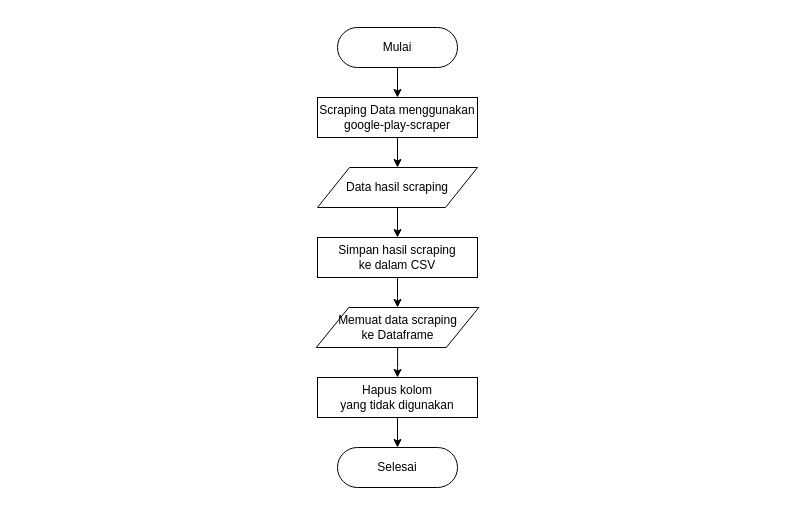
Above: page "Scraping" (2 of 9) of Untitled Diagram.drawio in mksyfla/analysis-sentiment-using-svm (draw.io), before the change. Source tidied: cells renumbered, new cells numbered last; positions are measured from the earlier drawing's top-left corner, leaving out a move shared by most shapes. Both pictures are drawn from the tidied source at 100%, with x=0, y=0 at pixel (316, 27).
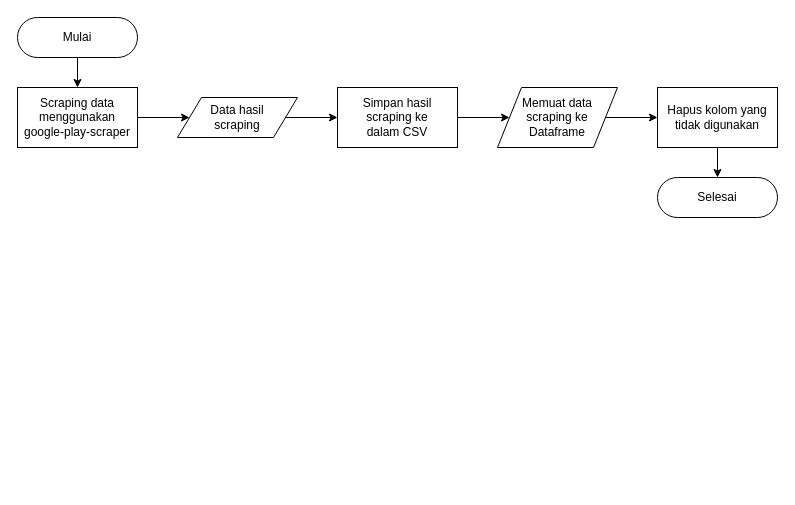
The same page after the edit.

Change to the diagram source:
```diff
@@
 <mxGraphModel>
   <root>
     <mxCell id="0" />
     <mxCell id="1" parent="0" />
-    <mxCell id="2" style="edgeStyle=orthogonalEdgeStyle;rounded=0;jettySize=auto;html=1;" parent="1" edge="1" source="3" target="5">
-      <mxGeometry relative="1" as="geometry" />
-    </mxCell>
+    <mxCell id="15" style="edgeStyle=orthogonalEdgeStyle;rounded=0;jettySize=auto;html=1;" parent="1" edge="1" source="3" target="17">
+      <mxGeometry relative="1" as="geometry" />
+    </mxCell>
     <mxCell id="3" value="Mulai" style="html=1;dashed=0;whiteSpace=wrap;shape=mxgraph.dfd.start;" parent="1" vertex="1">
-      <mxGeometry x="21" width="120" height="40" as="geometry" />
+      <mxGeometry x="-299" y="-10" width="120" height="40" as="geometry" />
     </mxCell>
-    <mxCell id="4" style="edgeStyle=orthogonalEdgeStyle;rounded=0;jettySize=auto;html=1;" parent="1" edge="1" source="5" target="12">
-      <mxGeometry relative="1" as="geometry" />
-    </mxCell>
-    <mxCell id="5" value="Scraping Data menggunakan google-play-scraper" style="html=1;dashed=0;whiteSpace=wrap;" parent="1" vertex="1">
-      <mxGeometry x="1" y="70" width="160" height="40" as="geometry" />
-    </mxCell>
+    <mxCell id="16" style="edgeStyle=orthogonalEdgeStyle;rounded=0;jettySize=auto;html=1;" parent="1" edge="1" source="17" target="12">
+      <mxGeometry relative="1" as="geometry" />
+    </mxCell>
+    <mxCell id="17" value="&lt;div&gt;Scraping data&lt;/div&gt;&lt;div&gt;menggunakan&lt;/div&gt;&lt;div&gt;google-play-scraper&lt;/div&gt;" style="html=1;dashed=0;whiteSpace=wrap;" parent="1" vertex="1">
+      <mxGeometry x="-299" y="60" width="120" height="60" as="geometry" />
+    </mxCell>
     <mxCell id="6" style="edgeStyle=orthogonalEdgeStyle;rounded=0;jettySize=auto;html=1;" parent="1" edge="1" source="7" target="8">
       <mxGeometry relative="1" as="geometry" />
     </mxCell>
-    <mxCell id="7" value="&lt;div&gt;Hapus kolom&lt;/div&gt;&lt;div&gt;yang tidak digunakan&lt;/div&gt;" style="html=1;dashed=0;whiteSpace=wrap;" parent="1" vertex="1">
-      <mxGeometry x="1" y="350" width="160" height="40" as="geometry" />
+    <mxCell id="7" value="&lt;div&gt;Hapus kolom&amp;nbsp;yang tidak digunakan&lt;/div&gt;" style="html=1;dashed=0;whiteSpace=wrap;" parent="1" vertex="1">
+      <mxGeometry x="341" y="60" width="120" height="60" as="geometry" />
     </mxCell>
     <mxCell id="8" value="Selesai" style="html=1;dashed=0;whiteSpace=wrap;shape=mxgraph.dfd.start;" parent="1" vertex="1">
-      <mxGeometry x="21" y="420" width="120" height="40" as="geometry" />
+      <mxGeometry x="341" y="150" width="120" height="40" as="geometry" />
     </mxCell>
     <mxCell id="9" style="edgeStyle=orthogonalEdgeStyle;rounded=0;jettySize=auto;html=1;" parent="1" edge="1" source="10" target="14">
       <mxGeometry relative="1" as="geometry" />
     </mxCell>
-    <mxCell id="10" value="&lt;div&gt;Simpan hasil scraping&lt;/div&gt;&lt;div&gt;ke dalam CSV&lt;/div&gt;" style="html=1;dashed=0;whiteSpace=wrap;" parent="1" vertex="1">
-      <mxGeometry x="1" y="210" width="160" height="40" as="geometry" />
+    <mxCell id="10" value="&lt;div&gt;Simpan hasil&lt;/div&gt;&lt;div&gt;scraping ke&lt;/div&gt;&lt;div&gt;dalam CSV&lt;/div&gt;" style="html=1;dashed=0;whiteSpace=wrap;" parent="1" vertex="1">
+      <mxGeometry x="21" y="60" width="120" height="60" as="geometry" />
     </mxCell>
     <mxCell id="11" style="edgeStyle=orthogonalEdgeStyle;rounded=0;jettySize=auto;html=1;" parent="1" edge="1" source="12" target="10">
       <mxGeometry relative="1" as="geometry" />
     </mxCell>
-    <mxCell id="12" value="Data hasil scraping" style="shape=parallelogram;perimeter=parallelogramPerimeter;whiteSpace=wrap;html=1;dashed=0;" parent="1" vertex="1">
-      <mxGeometry x="1" y="140" width="160" height="40" as="geometry" />
+    <mxCell id="12" value="&lt;div&gt;Data hasil&lt;/div&gt;&lt;div&gt;scraping&lt;/div&gt;" style="shape=parallelogram;perimeter=parallelogramPerimeter;whiteSpace=wrap;html=1;dashed=0;" parent="1" vertex="1">
+      <mxGeometry x="-139" y="70" width="120" height="40" as="geometry" />
     </mxCell>
     <mxCell id="13" style="edgeStyle=orthogonalEdgeStyle;rounded=0;jettySize=auto;html=1;" parent="1" edge="1" source="14" target="7">
       <mxGeometry relative="1" as="geometry" />
     </mxCell>
-    <mxCell id="14" value="&lt;div&gt;Memuat data scraping&lt;/div&gt;&lt;div&gt;ke Dataframe&lt;/div&gt;" style="shape=parallelogram;perimeter=parallelogramPerimeter;whiteSpace=wrap;html=1;dashed=0;" parent="1" vertex="1">
-      <mxGeometry x="-0.2" y="280" width="162.5" height="40" as="geometry" />
+    <mxCell id="14" value="&lt;div&gt;Memuat data&lt;/div&gt;&lt;div&gt;scraping ke&lt;/div&gt;&lt;div&gt;Dataframe&lt;/div&gt;" style="shape=parallelogram;perimeter=parallelogramPerimeter;whiteSpace=wrap;html=1;dashed=0;" parent="1" vertex="1">
+      <mxGeometry x="181" y="60" width="120" height="60" as="geometry" />
     </mxCell>
   </root>
 </mxGraphModel>
```
